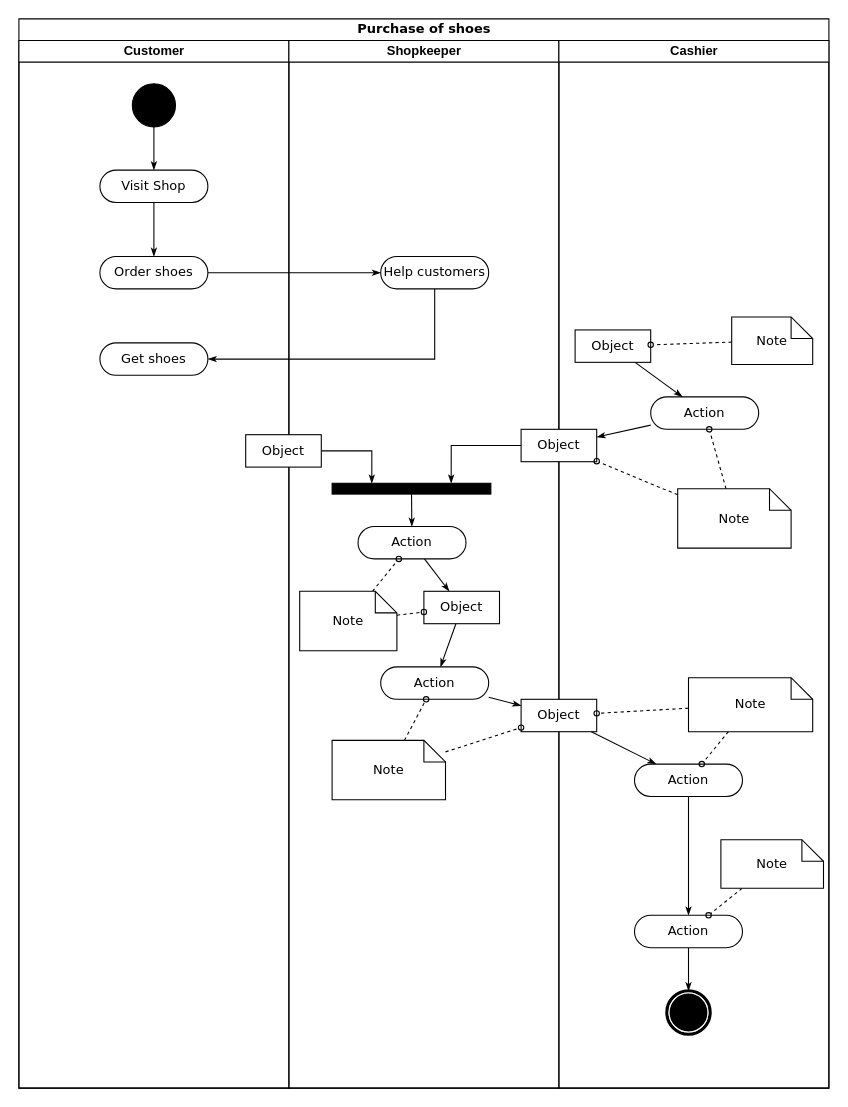
The draw.io diagram Untitled Diagram.drawio in jscanjm/BelajarJava, before the edit. Source tidied: cells renumbered, new cells numbered last; positions are measured from the earlier drawing's top-left corner, leaving out a move shared by most shapes. Both pictures are drawn from the tidied source at 108%, with x=0, y=0 at pixel (18, 18).
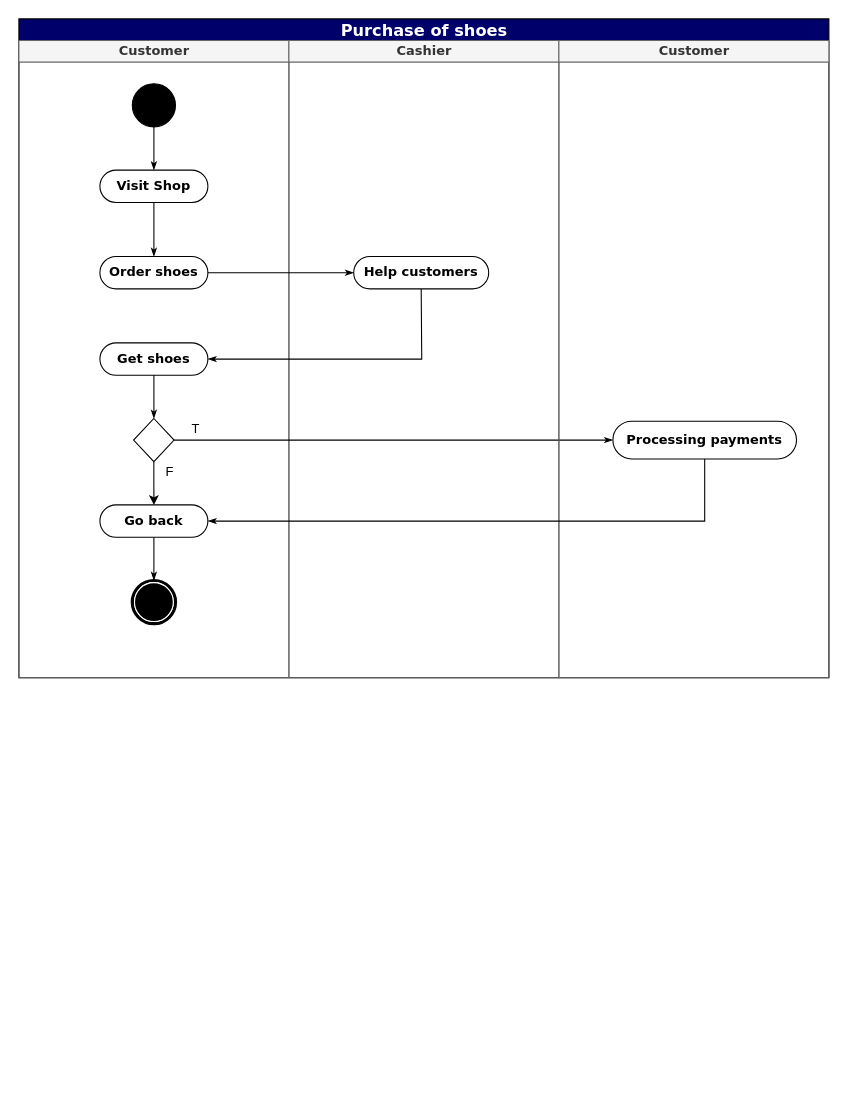
The same page after the edit.

What changed in the source:
```diff
@@
-    <mxCell id="2" value="Purchase of shoes" style="swimlane;html=1;startSize=20;rounded=0;shadow=0;comic=0;labelBackgroundColor=none;strokeWidth=1;fontFamily=Verdana;fontSize=12;align=center;" parent="1" vertex="1">
-      <mxGeometry width="750" height="990" as="geometry" />
+    <mxCell id="2" value="Purchase of shoes" style="swimlane;html=1;startSize=20;rounded=0;shadow=0;comic=0;labelBackgroundColor=none;strokeWidth=1;fontFamily=Verdana;fontSize=15;align=center;fillColor=#00006B;fontColor=#FFFFFF;" parent="1" vertex="1">
+      <mxGeometry width="750" height="610" as="geometry" />
     </mxCell>
-    <mxCell id="3" value="Customer" style="swimlane;html=1;startSize=20;" parent="2" vertex="1">
-      <mxGeometry y="20" width="250" height="970" as="geometry" />
+    <mxCell id="3" value="Customer" style="swimlane;html=1;startSize=20;fillColor=#f5f5f5;strokeColor=#666666;fontColor=#333333;fontFamily=Verdana;" parent="2" vertex="1">
+      <mxGeometry y="20" width="250" height="590" as="geometry" />
     </mxCell>
-    <mxCell id="4" value="Visit Shop" style="rounded=1;whiteSpace=wrap;html=1;shadow=0;comic=0;labelBackgroundColor=none;strokeWidth=1;fontFamily=Verdana;fontSize=12;align=center;arcSize=50;" parent="3" vertex="1">
+    <mxCell id="4" value="&lt;b&gt;Visit Shop&lt;/b&gt;" style="rounded=1;whiteSpace=wrap;html=1;shadow=0;comic=0;labelBackgroundColor=none;strokeWidth=1;fontFamily=Verdana;fontSize=12;align=center;arcSize=50;" parent="3" vertex="1">
       <mxGeometry x="75" y="120" width="100" height="30" as="geometry" />
     </mxCell>
@@
-    <mxCell id="6" value="Order shoes" style="rounded=1;whiteSpace=wrap;html=1;shadow=0;comic=0;labelBackgroundColor=none;strokeWidth=1;fontFamily=Verdana;fontSize=12;align=center;arcSize=50;" parent="3" vertex="1">
+    <mxCell id="6" value="&lt;b&gt;Order shoes&lt;/b&gt;" style="rounded=1;whiteSpace=wrap;html=1;shadow=0;comic=0;labelBackgroundColor=none;strokeWidth=1;fontFamily=Verdana;fontSize=12;align=center;arcSize=50;" parent="3" vertex="1">
       <mxGeometry x="75" y="200" width="100" height="30" as="geometry" />
     </mxCell>
@@
-    <mxCell id="8" value="Get shoes" style="rounded=1;whiteSpace=wrap;html=1;shadow=0;comic=0;labelBackgroundColor=none;strokeWidth=1;fontFamily=Verdana;fontSize=12;align=center;arcSize=50;" parent="3" vertex="1">
+    <mxCell id="8" value="&lt;b&gt;Get shoes&lt;/b&gt;" style="rounded=1;whiteSpace=wrap;html=1;shadow=0;comic=0;labelBackgroundColor=none;strokeWidth=1;fontFamily=Verdana;fontSize=12;align=center;arcSize=50;" parent="3" vertex="1">
       <mxGeometry x="75" y="280" width="100" height="30" as="geometry" />
     </mxCell>
-    <mxCell id="9" value="Shopkeeper" style="swimlane;html=1;startSize=20;" parent="2" vertex="1">
-      <mxGeometry x="250" y="20" width="250" height="970" as="geometry" />
-    </mxCell>
-    <mxCell id="10" style="edgeStyle=none;rounded=0;html=1;labelBackgroundColor=none;startArrow=none;startFill=0;startSize=5;endArrow=classicThin;endFill=1;endSize=5;jettySize=auto;strokeWidth=1;fontFamily=Verdana;fontSize=12;" parent="9" edge="1" source="11" target="18">
-      <mxGeometry relative="1" as="geometry" />
-    </mxCell>
-    <mxCell id="11" value="Action" style="rounded=1;whiteSpace=wrap;html=1;shadow=0;comic=0;labelBackgroundColor=none;strokeWidth=1;fontFamily=Verdana;fontSize=12;align=center;arcSize=50;" parent="9" vertex="1">
-      <mxGeometry x="64" y="450" width="100" height="30" as="geometry" />
-    </mxCell>
-    <mxCell id="12" style="edgeStyle=none;rounded=0;html=1;labelBackgroundColor=none;startArrow=none;startFill=0;startSize=5;endArrow=classicThin;endFill=1;endSize=5;jettySize=auto;strokeWidth=1;fontFamily=Verdana;fontSize=12;" parent="9" edge="1" source="13" target="11">
-      <mxGeometry relative="1" as="geometry" />
-    </mxCell>
-    <mxCell id="13" style="whiteSpace=wrap;html=1;rounded=0;shadow=0;comic=0;labelBackgroundColor=none;strokeWidth=1;fillColor=#000000;fontFamily=Verdana;fontSize=12;align=center;rotation=0;" parent="9" vertex="1">
-      <mxGeometry x="40" y="410" width="147" height="10" as="geometry" />
-    </mxCell>
-    <mxCell id="14" style="edgeStyle=orthogonalEdgeStyle;rounded=0;html=1;entryX=0.25;entryY=0;labelBackgroundColor=none;startArrow=none;startFill=0;startSize=5;endArrow=classicThin;endFill=1;endSize=5;jettySize=auto;strokeWidth=1;fontFamily=Verdana;fontSize=12;" parent="9" edge="1" source="15" target="13">
-      <mxGeometry relative="1" as="geometry" />
-    </mxCell>
-    <mxCell id="15" value="Object" style="rounded=0;whiteSpace=wrap;html=1;shadow=0;comic=0;labelBackgroundColor=none;strokeWidth=1;fontFamily=Verdana;fontSize=12;align=center;arcSize=50;" parent="9" vertex="1">
-      <mxGeometry x="-40" y="365" width="70" height="30" as="geometry" />
-    </mxCell>
-    <mxCell id="16" style="edgeStyle=none;rounded=0;html=1;labelBackgroundColor=none;startArrow=none;startFill=0;startSize=5;endArrow=classicThin;endFill=1;endSize=5;jettySize=auto;strokeWidth=1;fontFamily=Verdana;fontSize=12;" parent="9" edge="1" source="18" target="19">
-      <mxGeometry relative="1" as="geometry" />
-    </mxCell>
+    <mxCell id="28" style="edgeStyle=none;rounded=0;html=1;labelBackgroundColor=none;startArrow=none;startFill=0;startSize=5;endArrow=classicThin;endFill=1;endSize=5;jettySize=auto;strokeWidth=1;fontFamily=Verdana;fontSize=12;exitX=0.5;exitY=1;exitDx=0;exitDy=0;" parent="3" edge="1" source="8">
+      <mxGeometry relative="1" as="geometry">
+        <mxPoint x="125" y="350" as="targetPoint" />
+      </mxGeometry>
+    </mxCell>
+    <mxCell id="54" style="rhombus;whiteSpace=wrap;html=1;" parent="3" vertex="1">
+      <mxGeometry x="106.2" y="350" width="37.5" height="40" as="geometry" />
+    </mxCell>
+    <mxCell id="35" style="edgeStyle=none;rounded=0;html=1;labelBackgroundColor=none;startArrow=none;startFill=0;startSize=5;endArrow=classicThin;endFill=1;endSize=5;jettySize=auto;strokeWidth=1;fontFamily=Verdana;fontSize=12;" parent="3" edge="1" source="36" target="37">
+      <mxGeometry relative="1" as="geometry" />
+    </mxCell>
+    <mxCell id="37" style="shape=mxgraph.bpmn.shape;html=1;verticalLabelPosition=bottom;labelBackgroundColor=#ffffff;verticalAlign=top;perimeter=ellipsePerimeter;outline=end;symbol=terminate;rounded=0;shadow=0;comic=0;strokeWidth=1;fontFamily=Verdana;fontSize=12;align=center;" parent="3" vertex="1">
+      <mxGeometry x="105" y="500" width="40" height="40" as="geometry" />
+    </mxCell>
+    <mxCell id="55" value="F" style="text;html=1;strokeColor=none;fillColor=none;align=center;verticalAlign=middle;whiteSpace=wrap;rounded=0;" parent="3" vertex="1">
+      <mxGeometry x="120" y="390" width="40" height="20" as="geometry" />
+    </mxCell>
+    <mxCell id="36" value="&lt;b&gt;Go back&lt;/b&gt;" style="rounded=1;whiteSpace=wrap;html=1;shadow=0;comic=0;labelBackgroundColor=none;strokeWidth=1;fontFamily=Verdana;fontSize=12;align=center;arcSize=50;" parent="3" vertex="1">
+      <mxGeometry x="75" y="430" width="100" height="30" as="geometry" />
+    </mxCell>
+    <mxCell id="56" value="T" style="text;html=1;strokeColor=none;fillColor=none;align=center;verticalAlign=middle;whiteSpace=wrap;rounded=0;" parent="3" vertex="1">
+      <mxGeometry x="143.8" y="350" width="40" height="20" as="geometry" />
+    </mxCell>
+    <mxCell id="57" style="endArrow=classic;html=1;exitX=0.5;exitY=1;exitDx=0;exitDy=0;entryX=0.5;entryY=0;entryDx=0;entryDy=0;" parent="3" edge="1" source="54" target="36">
+      <mxGeometry relative="1" as="geometry" />
+    </mxCell>
+    <mxCell id="25" value="Cashier" style="swimlane;html=1;startSize=20;fillColor=#f5f5f5;strokeColor=#666666;fontColor=#333333;fontFamily=Verdana;" parent="2" vertex="1">
+      <mxGeometry x="250" y="20" width="250" height="590" as="geometry" />
+    </mxCell>
-    <mxCell id="17" value="Help customers" style="rounded=1;whiteSpace=wrap;html=1;shadow=0;comic=0;labelBackgroundColor=none;strokeWidth=1;fontFamily=Verdana;fontSize=12;align=center;arcSize=50;" parent="9" vertex="1">
-      <mxGeometry x="85" y="200" width="100" height="30" as="geometry" />
+    <mxCell id="17" value="&lt;b&gt;Help customers&lt;/b&gt;" style="rounded=1;whiteSpace=wrap;html=1;shadow=0;comic=0;labelBackgroundColor=none;strokeWidth=1;fontFamily=Verdana;fontSize=12;align=center;arcSize=50;" parent="25" vertex="1">
+      <mxGeometry x="60" y="200" width="125" height="30" as="geometry" />
     </mxCell>
-    <mxCell id="18" value="Object" style="rounded=0;whiteSpace=wrap;html=1;shadow=0;comic=0;labelBackgroundColor=none;strokeWidth=1;fontFamily=Verdana;fontSize=12;align=center;arcSize=50;" parent="9" vertex="1">
-      <mxGeometry x="125" y="510" width="70" height="30" as="geometry" />
-    </mxCell>
-    <mxCell id="19" value="Action" style="rounded=1;whiteSpace=wrap;html=1;shadow=0;comic=0;labelBackgroundColor=none;strokeWidth=1;fontFamily=Verdana;fontSize=12;align=center;arcSize=50;" parent="9" vertex="1">
-      <mxGeometry x="85" y="580" width="100" height="30" as="geometry" />
-    </mxCell>
-    <mxCell id="20" style="edgeStyle=none;rounded=0;html=1;dashed=1;labelBackgroundColor=none;startArrow=none;startFill=0;startSize=5;endArrow=oval;endFill=0;endSize=5;jettySize=auto;strokeWidth=1;fontFamily=Verdana;fontSize=12;" parent="9" edge="1" source="22" target="11">
-      <mxGeometry relative="1" as="geometry" />
-    </mxCell>
-    <mxCell id="21" style="edgeStyle=none;rounded=0;html=1;dashed=1;labelBackgroundColor=none;startArrow=none;startFill=0;startSize=5;endArrow=oval;endFill=0;endSize=5;jettySize=auto;strokeWidth=1;fontFamily=Verdana;fontSize=12;" parent="9" edge="1" source="22" target="18">
-      <mxGeometry relative="1" as="geometry" />
-    </mxCell>
-    <mxCell id="22" value="Note" style="shape=note;whiteSpace=wrap;html=1;rounded=0;shadow=0;comic=0;labelBackgroundColor=none;strokeWidth=1;fontFamily=Verdana;fontSize=12;align=center;size=20;" parent="9" vertex="1">
-      <mxGeometry x="10" y="510" width="90" height="55" as="geometry" />
-    </mxCell>
-    <mxCell id="23" style="edgeStyle=none;rounded=0;html=1;dashed=1;labelBackgroundColor=none;startArrow=none;startFill=0;startSize=5;endArrow=oval;endFill=0;endSize=5;jettySize=auto;strokeWidth=1;fontFamily=Verdana;fontSize=12;" parent="9" edge="1" source="24" target="19">
-      <mxGeometry relative="1" as="geometry" />
-    </mxCell>
-    <mxCell id="24" value="Note" style="shape=note;whiteSpace=wrap;html=1;rounded=0;shadow=0;comic=0;labelBackgroundColor=none;strokeWidth=1;fontFamily=Verdana;fontSize=12;align=center;size=20;" parent="9" vertex="1">
-      <mxGeometry x="40" y="648" width="105" height="55" as="geometry" />
-    </mxCell>
-    <mxCell id="25" value="Cashier" style="swimlane;html=1;startSize=20;" parent="2" vertex="1">
-      <mxGeometry x="500" y="20" width="250" height="970" as="geometry" />
-    </mxCell>
-    <mxCell id="26" style="edgeStyle=none;rounded=0;html=1;labelBackgroundColor=none;startArrow=none;startFill=0;startSize=5;endArrow=classicThin;endFill=1;endSize=5;jettySize=auto;strokeWidth=1;fontFamily=Verdana;fontSize=12;" parent="25" edge="1" source="27" target="30">
-      <mxGeometry relative="1" as="geometry" />
-    </mxCell>
-    <mxCell id="27" value="Action" style="rounded=1;whiteSpace=wrap;html=1;shadow=0;comic=0;labelBackgroundColor=none;strokeWidth=1;fontFamily=Verdana;fontSize=12;align=center;arcSize=50;" parent="25" vertex="1">
-      <mxGeometry x="85" y="330" width="100" height="30" as="geometry" />
-    </mxCell>
-    <mxCell id="28" style="edgeStyle=none;rounded=0;html=1;labelBackgroundColor=none;startArrow=none;startFill=0;startSize=5;endArrow=classicThin;endFill=1;endSize=5;jettySize=auto;strokeWidth=1;fontFamily=Verdana;fontSize=12;" parent="25" edge="1" source="29" target="27">
-      <mxGeometry relative="1" as="geometry" />
-    </mxCell>
-    <mxCell id="29" value="Object" style="rounded=0;whiteSpace=wrap;html=1;shadow=0;comic=0;labelBackgroundColor=none;strokeWidth=1;fontFamily=Verdana;fontSize=12;align=center;arcSize=50;" parent="25" vertex="1">
-      <mxGeometry x="15" y="268" width="70" height="30" as="geometry" />
-    </mxCell>
-    <mxCell id="30" value="Object" style="rounded=0;whiteSpace=wrap;html=1;shadow=0;comic=0;labelBackgroundColor=none;strokeWidth=1;fontFamily=Verdana;fontSize=12;align=center;arcSize=50;" parent="25" vertex="1">
-      <mxGeometry x="-35" y="360" width="70" height="30" as="geometry" />
-    </mxCell>
-    <mxCell id="31" style="edgeStyle=none;rounded=0;html=1;labelBackgroundColor=none;startArrow=none;startFill=0;startSize=5;endArrow=classicThin;endFill=1;endSize=5;jettySize=auto;strokeWidth=1;fontFamily=Verdana;fontSize=12;" parent="25" edge="1" source="32" target="34">
-      <mxGeometry relative="1" as="geometry" />
-    </mxCell>
-    <mxCell id="32" value="Object" style="rounded=0;whiteSpace=wrap;html=1;shadow=0;comic=0;labelBackgroundColor=none;strokeWidth=1;fontFamily=Verdana;fontSize=12;align=center;arcSize=50;" parent="25" vertex="1">
-      <mxGeometry x="-35" y="610" width="70" height="30" as="geometry" />
-    </mxCell>
-    <mxCell id="33" style="edgeStyle=none;rounded=0;html=1;labelBackgroundColor=none;startArrow=none;startFill=0;startSize=5;endArrow=classicThin;endFill=1;endSize=5;jettySize=auto;strokeWidth=1;fontFamily=Verdana;fontSize=12;" parent="25" edge="1" source="34" target="36">
-      <mxGeometry relative="1" as="geometry" />
-    </mxCell>
-    <mxCell id="34" value="Action" style="rounded=1;whiteSpace=wrap;html=1;shadow=0;comic=0;labelBackgroundColor=none;strokeWidth=1;fontFamily=Verdana;fontSize=12;align=center;arcSize=50;" parent="25" vertex="1">
-      <mxGeometry x="70" y="670" width="100" height="30" as="geometry" />
-    </mxCell>
-    <mxCell id="35" style="edgeStyle=none;rounded=0;html=1;labelBackgroundColor=none;startArrow=none;startFill=0;startSize=5;endArrow=classicThin;endFill=1;endSize=5;jettySize=auto;strokeWidth=1;fontFamily=Verdana;fontSize=12;" parent="25" edge="1" source="36" target="37">
-      <mxGeometry relative="1" as="geometry" />
-    </mxCell>
-    <mxCell id="36" value="Action" style="rounded=1;whiteSpace=wrap;html=1;shadow=0;comic=0;labelBackgroundColor=none;strokeWidth=1;fontFamily=Verdana;fontSize=12;align=center;arcSize=50;" parent="25" vertex="1">
-      <mxGeometry x="70" y="810" width="100" height="30" as="geometry" />
-    </mxCell>
-    <mxCell id="37" style="shape=mxgraph.bpmn.shape;html=1;verticalLabelPosition=bottom;labelBackgroundColor=#ffffff;verticalAlign=top;perimeter=ellipsePerimeter;outline=end;symbol=terminate;rounded=0;shadow=0;comic=0;strokeWidth=1;fontFamily=Verdana;fontSize=12;align=center;" parent="25" vertex="1">
-      <mxGeometry x="100" y="880" width="40" height="40" as="geometry" />
-    </mxCell>
-    <mxCell id="38" style="edgeStyle=none;rounded=0;html=1;dashed=1;labelBackgroundColor=none;startArrow=none;startFill=0;startSize=5;endArrow=oval;endFill=0;endSize=5;jettySize=auto;strokeWidth=1;fontFamily=Verdana;fontSize=12;" parent="25" edge="1" source="39" target="29">
-      <mxGeometry relative="1" as="geometry" />
-    </mxCell>
-    <mxCell id="39" value="Note" style="shape=note;whiteSpace=wrap;html=1;rounded=0;shadow=0;comic=0;labelBackgroundColor=none;strokeWidth=1;fontFamily=Verdana;fontSize=12;align=center;size=20;" parent="25" vertex="1">
-      <mxGeometry x="160" y="256" width="75" height="44" as="geometry" />
-    </mxCell>
-    <mxCell id="40" style="edgeStyle=none;rounded=0;html=1;dashed=1;labelBackgroundColor=none;startArrow=none;startFill=0;startSize=5;endArrow=oval;endFill=0;endSize=5;jettySize=auto;strokeWidth=1;fontFamily=Verdana;fontSize=12;" parent="25" edge="1" source="42" target="27">
-      <mxGeometry relative="1" as="geometry" />
-    </mxCell>
-    <mxCell id="41" style="edgeStyle=none;rounded=0;html=1;dashed=1;labelBackgroundColor=none;startArrow=none;startFill=0;startSize=5;endArrow=oval;endFill=0;endSize=5;jettySize=auto;strokeWidth=1;fontFamily=Verdana;fontSize=12;" parent="25" edge="1" source="42" target="30">
-      <mxGeometry relative="1" as="geometry" />
-    </mxCell>
-    <mxCell id="42" value="Note" style="shape=note;whiteSpace=wrap;html=1;rounded=0;shadow=0;comic=0;labelBackgroundColor=none;strokeWidth=1;fontFamily=Verdana;fontSize=12;align=center;size=20;" parent="25" vertex="1">
-      <mxGeometry x="110" y="415" width="105" height="55" as="geometry" />
-    </mxCell>
-    <mxCell id="43" style="edgeStyle=none;rounded=0;html=1;dashed=1;labelBackgroundColor=none;startArrow=none;startFill=0;startSize=5;endArrow=oval;endFill=0;endSize=5;jettySize=auto;strokeWidth=1;fontFamily=Verdana;fontSize=12;" parent="25" edge="1" source="45" target="34">
-      <mxGeometry relative="1" as="geometry" />
-    </mxCell>
-    <mxCell id="44" style="edgeStyle=none;rounded=0;html=1;dashed=1;labelBackgroundColor=none;startArrow=none;startFill=0;startSize=5;endArrow=oval;endFill=0;endSize=5;jettySize=auto;strokeWidth=1;fontFamily=Verdana;fontSize=12;" parent="25" edge="1" source="45" target="32">
-      <mxGeometry relative="1" as="geometry" />
-    </mxCell>
-    <mxCell id="45" value="Note" style="shape=note;whiteSpace=wrap;html=1;rounded=0;shadow=0;comic=0;labelBackgroundColor=none;strokeWidth=1;fontFamily=Verdana;fontSize=12;align=center;size=20;" parent="25" vertex="1">
-      <mxGeometry x="120" y="590" width="115" height="50" as="geometry" />
-    </mxCell>
-    <mxCell id="46" style="edgeStyle=none;rounded=0;html=1;dashed=1;labelBackgroundColor=none;startArrow=none;startFill=0;startSize=5;endArrow=oval;endFill=0;endSize=5;jettySize=auto;strokeWidth=1;fontFamily=Verdana;fontSize=12;" parent="25" edge="1" source="47" target="36">
-      <mxGeometry relative="1" as="geometry" />
-    </mxCell>
-    <mxCell id="47" value="Note" style="shape=note;whiteSpace=wrap;html=1;rounded=0;shadow=0;comic=0;labelBackgroundColor=none;strokeWidth=1;fontFamily=Verdana;fontSize=12;align=center;size=20;" parent="25" vertex="1">
-      <mxGeometry x="150" y="740" width="95" height="45" as="geometry" />
-    </mxCell>
@@
-    <mxCell id="49" style="edgeStyle=orthogonalEdgeStyle;rounded=0;html=1;entryX=0.75;entryY=0;labelBackgroundColor=none;startArrow=none;startFill=0;startSize=5;endArrow=classicThin;endFill=1;endSize=5;jettySize=auto;strokeWidth=1;fontFamily=Verdana;fontSize=12;" parent="2" edge="1" source="30" target="13">
-      <mxGeometry relative="1" as="geometry" />
-    </mxCell>
-    <mxCell id="50" style="edgeStyle=none;rounded=0;html=1;labelBackgroundColor=none;startArrow=none;startFill=0;startSize=5;endArrow=classicThin;endFill=1;endSize=5;jettySize=auto;strokeWidth=1;fontFamily=Verdana;fontSize=12;" parent="2" edge="1" source="19" target="32">
-      <mxGeometry relative="1" as="geometry" />
-    </mxCell>
-    <mxCell id="51" style="edgeStyle=none;rounded=0;html=1;dashed=1;labelBackgroundColor=none;startArrow=none;startFill=0;startSize=5;endArrow=oval;endFill=0;endSize=5;jettySize=auto;strokeWidth=1;fontFamily=Verdana;fontSize=12;" parent="2" edge="1" source="24" target="32">
-      <mxGeometry relative="1" as="geometry" />
-    </mxCell>
-    <mxCell id="52" style="edgeStyle=none;rounded=0;html=1;labelBackgroundColor=none;startArrow=none;startFill=0;startSize=5;endArrow=classicThin;endFill=1;endSize=5;jettySize=auto;strokeWidth=1;fontFamily=Verdana;fontSize=12;exitX=1;exitY=0.5;exitDx=0;exitDy=0;" parent="2" edge="1" source="6" target="17">
-      <mxGeometry relative="1" as="geometry" />
+    <mxCell id="52" style="edgeStyle=none;rounded=0;html=1;labelBackgroundColor=none;startArrow=none;startFill=0;startSize=5;endArrow=classicThin;endFill=1;endSize=5;jettySize=auto;strokeWidth=1;fontFamily=Verdana;fontSize=12;exitX=1;exitY=0.5;exitDx=0;exitDy=0;" parent="2" edge="1" source="6">
+      <mxGeometry relative="1" as="geometry">
+        <mxPoint x="310" y="235" as="targetPoint" />
+      </mxGeometry>
     </mxCell>
     <mxCell id="53" style="rounded=0;html=1;labelBackgroundColor=none;startArrow=none;startFill=0;startSize=5;endArrow=classicThin;endFill=1;endSize=5;jettySize=auto;strokeWidth=1;fontFamily=Verdana;fontSize=12;exitX=0.5;exitY=1;exitDx=0;exitDy=0;entryX=1;entryY=0.5;entryDx=0;entryDy=0;" parent="2" edge="1" source="17" target="8">
       <mxGeometry relative="1" as="geometry">
         <Array as="points">
-          <mxPoint x="385" y="315" />
+          <mxPoint x="373" y="315" />
         </Array>
       </mxGeometry>
     </mxCell>
+    <mxCell id="26" style="edgeStyle=none;rounded=0;html=1;labelBackgroundColor=none;startArrow=none;startFill=0;startSize=5;endArrow=classicThin;endFill=1;endSize=5;jettySize=auto;strokeWidth=1;fontFamily=Verdana;fontSize=12;exitX=1;exitY=0.5;exitDx=0;exitDy=0;entryX=0;entryY=0.5;entryDx=0;entryDy=0;" parent="2" edge="1" source="54" target="59">
+      <mxGeometry relative="1" as="geometry" />
+    </mxCell>
+    <mxCell id="58" value="Customer" style="swimlane;html=1;startSize=20;fillColor=#f5f5f5;strokeColor=#666666;fontColor=#333333;fontFamily=Verdana;" parent="2" vertex="1">
+      <mxGeometry x="500" y="20" width="250" height="590" as="geometry" />
+    </mxCell>
+    <mxCell id="59" value="&lt;b&gt;Processing payments&lt;/b&gt;" style="rounded=1;whiteSpace=wrap;html=1;shadow=0;comic=0;labelBackgroundColor=none;strokeWidth=1;fontFamily=Verdana;fontSize=12;align=center;arcSize=50;" parent="58" vertex="1">
+      <mxGeometry x="50" y="352.5" width="170" height="35" as="geometry" />
+    </mxCell>
+    <mxCell id="33" style="edgeStyle=none;rounded=0;html=1;labelBackgroundColor=none;startArrow=none;startFill=0;startSize=5;endArrow=classicThin;endFill=1;endSize=5;jettySize=auto;strokeWidth=1;fontFamily=Verdana;fontSize=12;exitX=0.5;exitY=1;exitDx=0;exitDy=0;entryX=1;entryY=0.5;entryDx=0;entryDy=0;" parent="2" edge="1" source="59" target="36">
+      <mxGeometry relative="1" as="geometry">
+        <Array as="points">
+          <mxPoint x="635" y="465" />
+          <mxPoint x="410" y="465" />
+        </Array>
+      </mxGeometry>
+    </mxCell>
```
